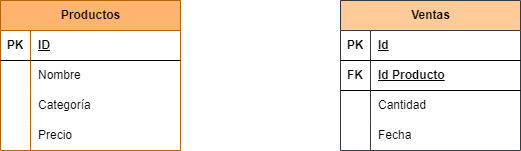
GermanOjeda/base-datos keeps this draw.io diagram as tarea 4 sqlite/tarea 4 diagrama MR.drawio.png. Above is the earlier version. Source tidied: cells renumbered, new cells last; positions are measured from the earlier drawing's top-left corner, leaving out a move shared by most shapes.
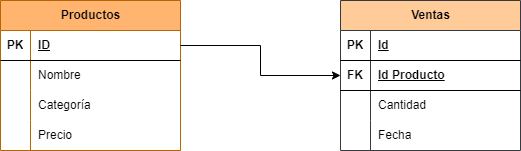
Above is the later version.

Diff of the diagram source:
```diff
@@ -80,5 +80,8 @@
     <mxCell id="27" value="Fecha" style="shape=partialRectangle;fillColor=none;top=0;left=0;bottom=0;right=0;align=left;spacingLeft=6;overflow=hidden;whiteSpace=wrap;html=1;" parent="25" vertex="1">
       <mxGeometry x="30" width="150" height="30" as="geometry" />
     </mxCell>
+    <mxCell id="28" style="rounded=0;jettySize=auto;html=1;exitX=1;exitY=0.5;exitDx=0;exitDy=0;entryX=0;entryY=0.5;entryDx=0;entryDy=0;endArrow=classic;endFill=1;edgeStyle=orthogonalEdgeStyle;" parent="1" edge="1" source="3" target="19">
+      <mxGeometry relative="1" as="geometry" />
+    </mxCell>
   </root>
 </mxGraphModel>
```
